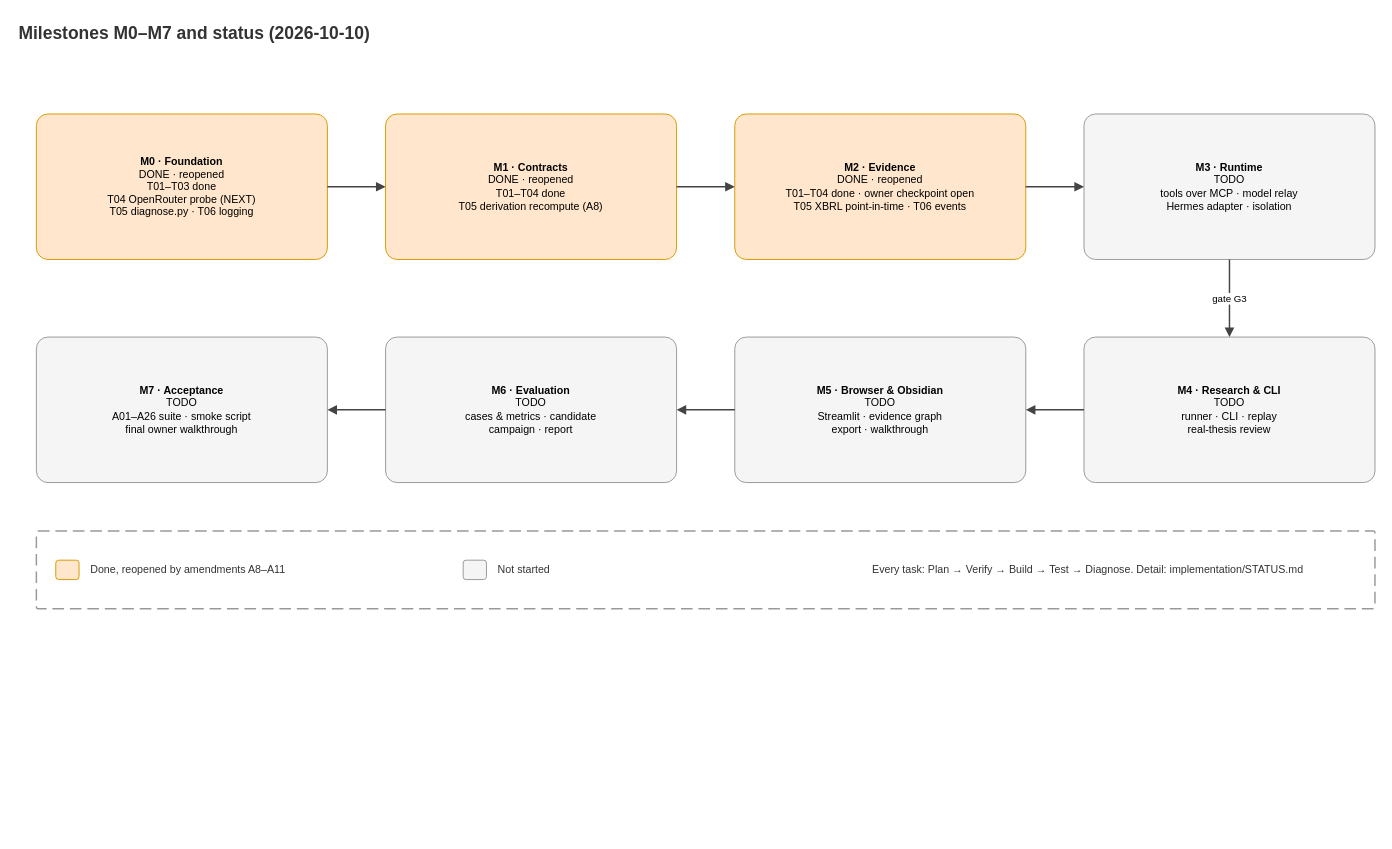
edwinidrus/EpisAlpha keeps this draw.io diagram as page "4 Milestones and status" (4 of 6) of architecture/EpisAlpha_architecture.drawio. Above is the earlier version. Source tidied: cells renumbered, new cells numbered last; positions are measured from the earlier drawing's top-left corner, leaving out a move shared by most shapes. Both pictures are drawn from the tidied source at 97%, with x=0, y=0 at pixel (16, 16).
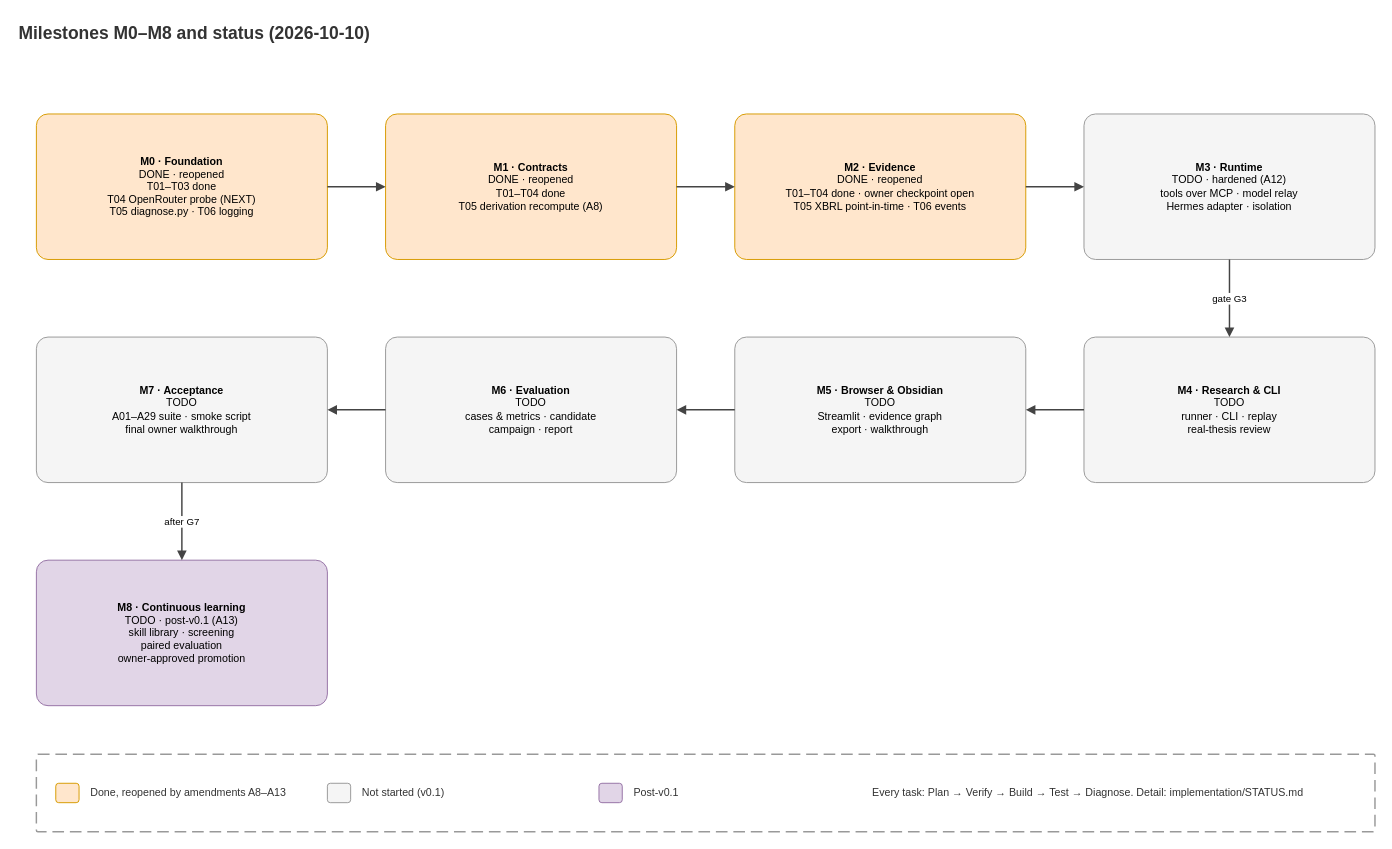
The same page after the edit.

What changed in the source:
```diff
@@
-    <mxCell id="2" value="Milestones M0–M7 and status (2026-10-10)" style="text;html=1;whiteSpace=wrap;align=left;verticalAlign=middle;fontSize=18;fontStyle=1;fontColor=#333333;" parent="1" vertex="1">
+    <mxCell id="2" value="Milestones M0–M8 and status (2026-10-10)" style="text;html=1;whiteSpace=wrap;align=left;verticalAlign=middle;fontSize=18;fontStyle=1;fontColor=#333333;" parent="1" vertex="1">
       <mxGeometry width="1400" height="34" as="geometry" />
     </mxCell>
@@
-    <mxCell id="6" value="&lt;b&gt;M3 · Runtime&lt;/b&gt;&lt;br&gt;TODO&lt;br&gt;tools over MCP · model relay&lt;br&gt;Hermes adapter · isolation" style="rounded=1;arcSize=8;whiteSpace=wrap;html=1;fillColor=#f5f5f5;strokeColor=#999999;fontSize=11;verticalAlign=middle;align=center;spacing=6;" parent="1" vertex="1">
+    <mxCell id="6" value="&lt;b&gt;M3 · Runtime&lt;/b&gt;&lt;br&gt;TODO · hardened (A12)&lt;br&gt;tools over MCP · model relay&lt;br&gt;Hermes adapter · isolation" style="rounded=1;arcSize=8;whiteSpace=wrap;html=1;fillColor=#f5f5f5;strokeColor=#999999;fontSize=11;verticalAlign=middle;align=center;spacing=6;" parent="1" vertex="1">
       <mxGeometry x="1100" y="100" width="300" height="150" as="geometry" />
     </mxCell>
@@
-    <mxCell id="10" value="&lt;b&gt;M7 · Acceptance&lt;/b&gt;&lt;br&gt;TODO&lt;br&gt;A01–A26 suite · smoke script&lt;br&gt;final owner walkthrough" style="rounded=1;arcSize=8;whiteSpace=wrap;html=1;fillColor=#f5f5f5;strokeColor=#999999;fontSize=11;verticalAlign=middle;align=center;spacing=6;" parent="1" vertex="1">
+    <mxCell id="10" value="&lt;b&gt;M7 · Acceptance&lt;/b&gt;&lt;br&gt;TODO&lt;br&gt;A01–A29 suite · smoke script&lt;br&gt;final owner walkthrough" style="rounded=1;arcSize=8;whiteSpace=wrap;html=1;fillColor=#f5f5f5;strokeColor=#999999;fontSize=11;verticalAlign=middle;align=center;spacing=6;" parent="1" vertex="1">
       <mxGeometry x="20" y="330" width="300" height="150" as="geometry" />
     </mxCell>
@@
+    <mxCell id="24" value="&lt;b&gt;M8 · Continuous learning&lt;/b&gt;&lt;br&gt;TODO · post-v0.1 (A13)&lt;br&gt;skill library · screening&lt;br&gt;paired evaluation&lt;br&gt;owner-approved promotion" style="rounded=1;arcSize=8;whiteSpace=wrap;html=1;fillColor=#e1d5e7;strokeColor=#9673a6;fontSize=11;verticalAlign=middle;align=center;spacing=6;" parent="1" vertex="1">
+      <mxGeometry x="20" y="560" width="300" height="150" as="geometry" />
+    </mxCell>
+    <mxCell id="25" value="after G7" style="edgeStyle=none;rounded=0;html=1;endArrow=block;endFill=1;strokeWidth=1.5;strokeColor=#444444;fontSize=10;labelBackgroundColor=#ffffff;exitX=0.5000;exitY=1.0000;exitDx=0;exitDy=0;exitPerimeter=0;entryX=0.5000;entryY=0.0000;entryDx=0;entryDy=0;entryPerimeter=0;" parent="1" edge="1" source="10" target="24">
+      <mxGeometry relative="1" as="geometry" />
+    </mxCell>
     <mxCell id="18" style="rounded=1;arcSize=2;whiteSpace=wrap;html=1;fillColor=#ffffff;strokeColor=#999999;dashed=1;dashPattern=8 4;strokeWidth=1.5;" parent="1" vertex="1">
-      <mxGeometry x="20" y="530" width="1380" height="80" as="geometry" />
+      <mxGeometry x="20" y="760" width="1380" height="80" as="geometry" />
     </mxCell>
     <mxCell id="19" style="rounded=1;html=1;fillColor=#ffe6cc;strokeColor=#d79b00;" parent="1" vertex="1">
-      <mxGeometry x="40" y="560" width="24" height="20" as="geometry" />
+      <mxGeometry x="40" y="790" width="24" height="20" as="geometry" />
     </mxCell>
-    <mxCell id="20" value="Done, reopened by amendments A8–A11" style="text;html=1;whiteSpace=wrap;align=left;verticalAlign=middle;fontSize=11;fontColor=#333333;" parent="1" vertex="1">
-      <mxGeometry x="74" y="558" width="360" height="24" as="geometry" />
+    <mxCell id="20" value="Done, reopened by amendments A8–A13" style="text;html=1;whiteSpace=wrap;align=left;verticalAlign=middle;fontSize=11;fontColor=#333333;" parent="1" vertex="1">
+      <mxGeometry x="74" y="788" width="230" height="24" as="geometry" />
     </mxCell>
     <mxCell id="21" style="rounded=1;html=1;fillColor=#f5f5f5;strokeColor=#999999;" parent="1" vertex="1">
-      <mxGeometry x="460" y="560" width="24" height="20" as="geometry" />
+      <mxGeometry x="320" y="790" width="24" height="20" as="geometry" />
     </mxCell>
-    <mxCell id="22" value="Not started" style="text;html=1;whiteSpace=wrap;align=left;verticalAlign=middle;fontSize=11;fontColor=#333333;" parent="1" vertex="1">
-      <mxGeometry x="494" y="558" width="360" height="24" as="geometry" />
+    <mxCell id="22" value="Not started (v0.1)" style="text;html=1;whiteSpace=wrap;align=left;verticalAlign=middle;fontSize=11;fontColor=#333333;" parent="1" vertex="1">
+      <mxGeometry x="354" y="788" width="230" height="24" as="geometry" />
     </mxCell>
+    <mxCell id="26" style="rounded=1;html=1;fillColor=#e1d5e7;strokeColor=#9673a6;" parent="1" vertex="1">
+      <mxGeometry x="600" y="790" width="24" height="20" as="geometry" />
+    </mxCell>
+    <mxCell id="27" value="Post-v0.1" style="text;html=1;whiteSpace=wrap;align=left;verticalAlign=middle;fontSize=11;fontColor=#333333;" parent="1" vertex="1">
+      <mxGeometry x="634" y="788" width="230" height="24" as="geometry" />
+    </mxCell>
     <mxCell id="23" value="Every task: Plan → Verify → Build → Test → Diagnose. Detail: implementation/STATUS.md" style="text;html=1;whiteSpace=wrap;align=left;verticalAlign=middle;fontSize=11;fontColor=#333333;" parent="1" vertex="1">
-      <mxGeometry x="880" y="548" width="500" height="44" as="geometry" />
+      <mxGeometry x="880" y="778" width="500" height="44" as="geometry" />
     </mxCell>
```
